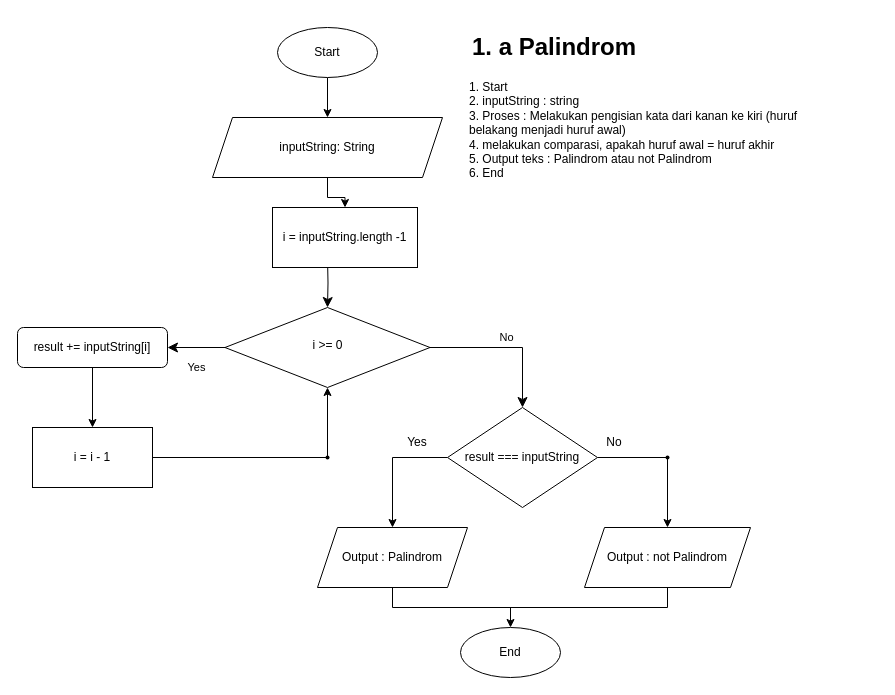
Before: 1a Palindrom.drawio in PututN/fw12-javascript1, a draw.io diagram. Source tidied: cells renumbered, new cells numbered last; positions are measured from the earlier drawing's top-left corner, leaving out a move shared by most shapes. Both pictures are drawn from the tidied source at 100%, with x=0, y=0 at pixel (17, 27).
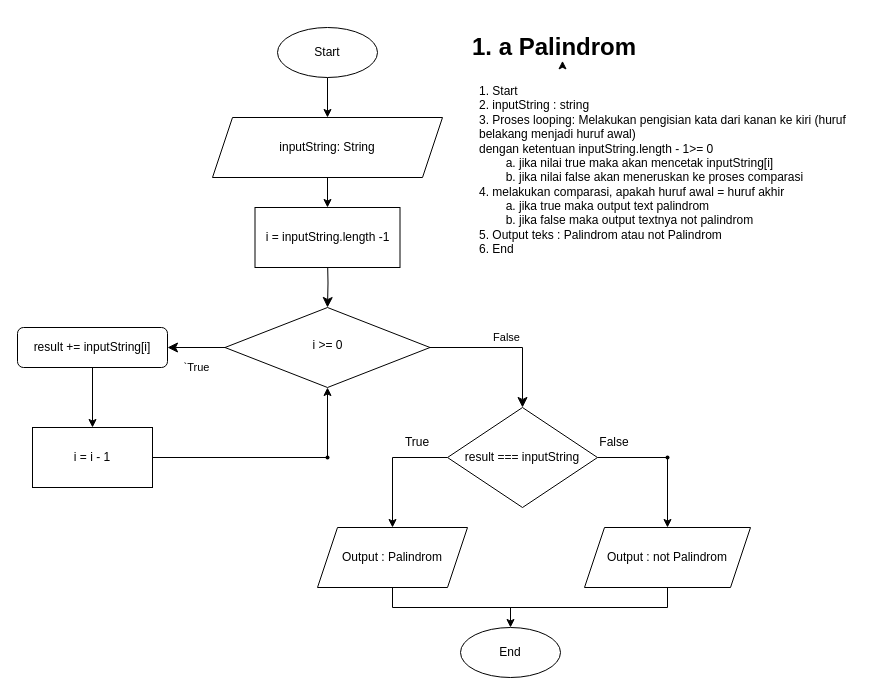
After the change.

The change refers to these unchanged cells:
```xml
<mxCell id="5" value="i &amp;gt;= 0" style="rhombus;whiteSpace=wrap;html=1;shadow=0;fontFamily=Helvetica;fontSize=12;align=center;strokeWidth=1;spacing=6;spacingTop=-4;" parent="1" vertex="1">
  <mxGeometry x="207.5" y="280" width="205" height="80" as="geometry" />
</mxCell>
<mxCell id="7" value="result += inputString[i]" style="rounded=1;whiteSpace=wrap;html=1;fontSize=12;glass=0;strokeWidth=1;shadow=0;" parent="1" vertex="1">
  <mxGeometry y="300" width="150" height="40" as="geometry" />
</mxCell>
<mxCell id="24" value="result === inputString" style="rhombus;whiteSpace=wrap;html=1;" parent="1" vertex="1">
  <mxGeometry x="430" y="380" width="150" height="100" as="geometry" />
</mxCell>
```

Change to the diagram source:
```diff
@@
-    <mxCell id="3" value="Yes" style="rounded=0;html=1;jettySize=auto;fontSize=11;endArrow=classic;endFill=1;endSize=8;strokeWidth=1;shadow=0;labelBackgroundColor=none;edgeStyle=orthogonalEdgeStyle;entryX=1;entryY=0.5;entryDx=0;entryDy=0;" parent="1" edge="1" source="5" target="7">
+    <mxCell id="3" value="`True" style="rounded=0;html=1;jettySize=auto;fontSize=11;endArrow=classic;endFill=1;endSize=8;strokeWidth=1;shadow=0;labelBackgroundColor=none;edgeStyle=orthogonalEdgeStyle;entryX=1;entryY=0.5;entryDx=0;entryDy=0;" parent="1" edge="1" source="5" target="7">
       <mxGeometry y="20" relative="1" as="geometry" />
     </mxCell>
-    <mxCell id="4" value="No" style="edgeStyle=orthogonalEdgeStyle;rounded=0;html=1;jettySize=auto;fontSize=11;endArrow=classic;endFill=1;endSize=8;strokeWidth=1;shadow=0;labelBackgroundColor=none;entryX=0.5;entryY=0;entryDx=0;entryDy=0;" parent="1" edge="1" source="5" target="24">
+    <mxCell id="4" value="False" style="edgeStyle=orthogonalEdgeStyle;rounded=0;html=1;jettySize=auto;fontSize=11;endArrow=classic;endFill=1;endSize=8;strokeWidth=1;shadow=0;labelBackgroundColor=none;entryX=0.5;entryY=0;entryDx=0;entryDy=0;" parent="1" edge="1" source="5" target="24">
       <mxGeometry y="10" relative="1" as="geometry" />
     </mxCell>
@@
     <mxCell id="10" value="i = inputString.length -1" style="rounded=0;whiteSpace=wrap;html=1;" parent="1" vertex="1">
-      <mxGeometry x="255" y="180" width="145" height="60" as="geometry" />
+      <mxGeometry x="237.5" y="180" width="145" height="60" as="geometry" />
     </mxCell>
@@
-    <mxCell id="16" value="&lt;div&gt;1. Start&lt;/div&gt;&lt;div&gt;2.&amp;nbsp;&lt;span style=&quot;text-align: center;&quot;&gt;inputString&amp;nbsp;&lt;/span&gt;: string&lt;/div&gt;&lt;div&gt;3. Proses : Melakukan pengisian kata dari kanan ke kiri (huruf belakang menjadi huruf awal)&lt;/div&gt;&lt;div&gt;4. melakukan comparasi, apakah huruf awal = huruf akhir&lt;/div&gt;&lt;div&gt;&lt;span style=&quot;background-color: initial;&quot;&gt;5. Output teks : Palindrom atau not Palindrom&lt;/span&gt;&lt;/div&gt;&lt;div&gt;6. End&lt;/div&gt;&lt;div&gt;&lt;br&gt;&lt;/div&gt;" style="text;html=1;strokeColor=none;fillColor=none;align=left;verticalAlign=middle;whiteSpace=wrap;rounded=0;" parent="1" vertex="1">
-      <mxGeometry x="450" y="30" width="350" height="160" as="geometry" />
+    <mxCell id="16" value="&lt;div&gt;1. Start&lt;/div&gt;&lt;div&gt;2.&amp;nbsp;&lt;span style=&quot;text-align: center;&quot;&gt;inputString&amp;nbsp;&lt;/span&gt;: string&lt;/div&gt;&lt;div&gt;3. Proses looping: Melakukan pengisian kata dari kanan ke kiri (huruf belakang menjadi huruf awal)&lt;/div&gt;&lt;div&gt;dengan ketentuan&amp;nbsp;&lt;span style=&quot;background-color: initial;&quot;&gt;inputString.length - 1&amp;gt;= 0&amp;nbsp;&lt;/span&gt;&lt;/div&gt;&lt;div&gt;&lt;span style=&quot;background-color: initial;&quot;&gt;&lt;span style=&quot;white-space: pre;&quot;&gt;&#9;&lt;/span&gt;a. jika nilai true maka akan mencetak inputString[i]&lt;/span&gt;&lt;/div&gt;&lt;div&gt;&lt;span style=&quot;white-space: pre;&quot;&gt;&#9;&lt;/span&gt;b. jika nilai false akan meneruskan ke proses comparasi&lt;/div&gt;&lt;div&gt;4. melakukan comparasi, apakah huruf awal = huruf akhir&lt;/div&gt;&lt;div&gt;&lt;span style=&quot;white-space: pre;&quot;&gt;&#9;&lt;/span&gt;a. jika true maka output text palindrom&lt;/div&gt;&lt;div&gt;&lt;span style=&quot;white-space: pre;&quot;&gt;&#9;&lt;/span&gt;b. jika false maka output textnya not palindrom&lt;/div&gt;&lt;div&gt;&lt;span style=&quot;background-color: initial;&quot;&gt;5. Output teks : Palindrom atau not Palindrom&lt;/span&gt;&lt;/div&gt;&lt;div&gt;6. End&lt;/div&gt;&lt;div&gt;&lt;br&gt;&lt;/div&gt;" style="text;html=1;strokeColor=none;fillColor=none;align=left;verticalAlign=middle;whiteSpace=wrap;rounded=0;" parent="1" vertex="1">
+      <mxGeometry x="460" y="50" width="400" height="200" as="geometry" />
     </mxCell>
     <mxCell id="17" value="&lt;h1&gt;1. a Palindrom&lt;/h1&gt;" style="text;html=1;strokeColor=none;fillColor=none;spacing=5;spacingTop=-20;whiteSpace=wrap;overflow=hidden;rounded=0;" parent="1" vertex="1">
-      <mxGeometry x="450" width="190" height="120" as="geometry" />
+      <mxGeometry x="450" width="190" height="40" as="geometry" />
     </mxCell>
@@
-    <mxCell id="29" value="Yes" style="text;html=1;strokeColor=none;fillColor=none;align=center;verticalAlign=middle;whiteSpace=wrap;rounded=0;" parent="1" vertex="1">
+    <mxCell id="29" value="True" style="text;html=1;strokeColor=none;fillColor=none;align=center;verticalAlign=middle;whiteSpace=wrap;rounded=0;" parent="1" vertex="1">
       <mxGeometry x="370" y="400" width="60" height="30" as="geometry" />
     </mxCell>
-    <mxCell id="30" value="No" style="text;html=1;strokeColor=none;fillColor=none;align=center;verticalAlign=middle;whiteSpace=wrap;rounded=0;" parent="1" vertex="1">
+    <mxCell id="30" value="False" style="text;html=1;strokeColor=none;fillColor=none;align=center;verticalAlign=middle;whiteSpace=wrap;rounded=0;" parent="1" vertex="1">
       <mxGeometry x="567" y="400" width="60" height="30" as="geometry" />
     </mxCell>
+    <mxCell id="31" style="edgeStyle=orthogonalEdgeStyle;rounded=0;orthogonalLoop=1;jettySize=auto;html=1;exitX=0.5;exitY=1;exitDx=0;exitDy=0;entryX=0.5;entryY=0.833;entryDx=0;entryDy=0;entryPerimeter=0;" parent="1" edge="1" source="17" target="17">
+      <mxGeometry relative="1" as="geometry" />
+    </mxCell>
```
